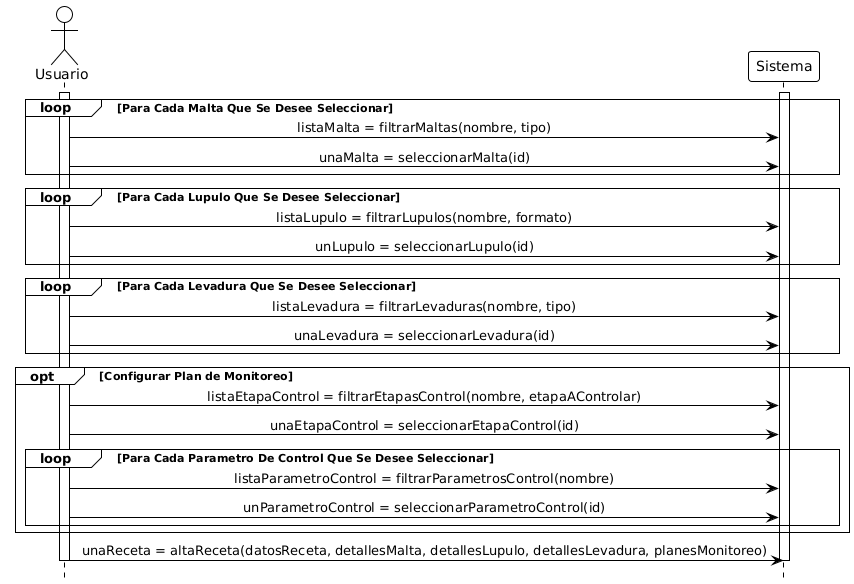
HeikyuDev/MaestroCervecero keeps this PlantUML diagram as docs/DSS/Receta/altaReceta.png. Above is the earlier version.
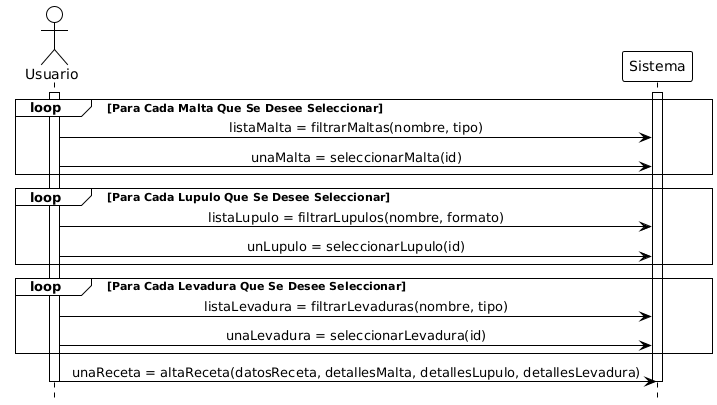
After the commit.

The edit, as a diff of the source:
```diff
@@ -1,41 +1,30 @@
 @startuml
 !theme plain
-hide footbox
-skinparam sequenceMessageAlign center
-
 actor Usuario
 participant Sistema
+skinparam sequenceMessageAlign center
+hide footbox
 
 activate Usuario
 activate Sistema
 
 loop Para Cada Malta Que Se Desee Seleccionar
-Usuario -> Sistema : listaMalta = filtrarMaltas(nombre, tipo)
-Usuario -> Sistema : unaMalta = seleccionarMalta(id)
+    Usuario -> Sistema: listaMalta = filtrarMaltas(nombre, tipo)
+    Usuario -> Sistema: unaMalta = seleccionarMalta(id)
 end
 
 loop Para Cada Lupulo Que Se Desee Seleccionar
-Usuario -> Sistema : listaLupulo = filtrarLupulos(nombre, formato)
-Usuario -> Sistema : unLupulo = seleccionarLupulo(id)
+    Usuario -> Sistema: listaLupulo = filtrarLupulos(nombre, formato)
+    Usuario -> Sistema: unLupulo = seleccionarLupulo(id)
 end
 
 loop Para Cada Levadura Que Se Desee Seleccionar
-Usuario -> Sistema : listaLevadura = filtrarLevaduras(nombre, tipo)
-Usuario -> Sistema : unaLevadura = seleccionarLevadura(id)
+    Usuario -> Sistema: listaLevadura = filtrarLevaduras(nombre, tipo)
+    Usuario -> Sistema: unaLevadura = seleccionarLevadura(id)
 end
 
-opt Configurar Plan de Monitoreo
-    Usuario -> Sistema : listaEtapaControl = filtrarEtapasControl(nombre, etapaAControlar)
-    Usuario -> Sistema : unaEtapaControl = seleccionarEtapaControl(id)
+Usuario -> Sistema: unaReceta = altaReceta(datosReceta, detallesMalta, detallesLupulo, detallesLevadura)
 
-    loop Para Cada Parametro De Control Que Se Desee Seleccionar
-    Usuario -> Sistema : listaParametroControl = filtrarParametrosControl(nombre)
-    Usuario -> Sistema : unParametroControl = seleccionarParametroControl(id)
-    end
-end
-
-Usuario -> Sistema : unaReceta = altaReceta(datosReceta, detallesMalta, detallesLupulo, detallesLevadura, planesMonitoreo)
-
+deactivate Usuario
 deactivate Sistema
-deactivate Usuario
 @enduml
```
